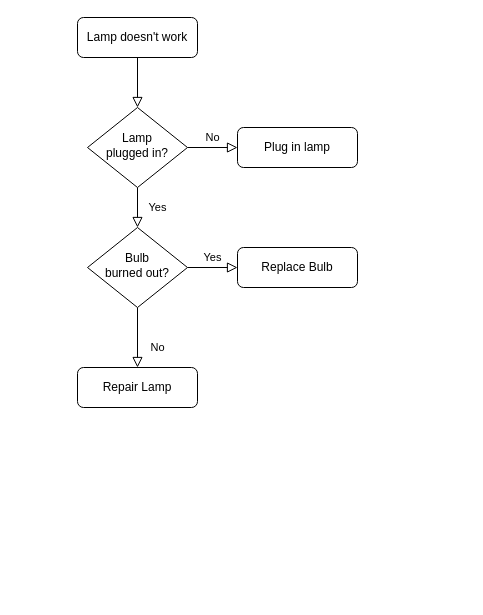
Before: workflow.drawio in littlelady2015/yctea, a draw.io diagram. Source tidied: cells renumbered, new cells numbered last; positions are measured from the earlier drawing's top-left corner, leaving out a move shared by most shapes. Both pictures are drawn from the tidied source at 100%, with x=0, y=0 at pixel (77, 17).
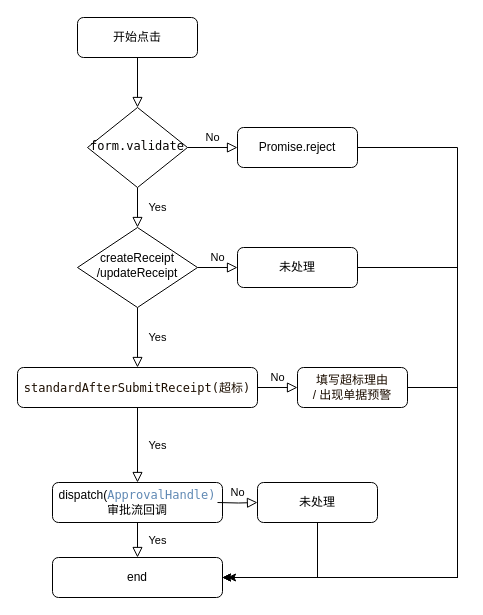
After the change.

Diff of the diagram source:
```diff
@@
-    <mxCell id="3" value="Lamp doesn't work" style="rounded=1;whiteSpace=wrap;html=1;fontSize=12;glass=0;strokeWidth=1;shadow=0;" parent="1" vertex="1">
+    <mxCell id="3" value="开始点击" style="rounded=1;whiteSpace=wrap;html=1;fontSize=12;glass=0;strokeWidth=1;shadow=0;" parent="1" vertex="1">
       <mxGeometry width="120" height="40" as="geometry" />
     </mxCell>
@@
-    <mxCell id="6" value="Lamp&lt;br&gt;plugged in?" style="rhombus;whiteSpace=wrap;html=1;shadow=0;fontFamily=Helvetica;fontSize=12;align=center;strokeWidth=1;spacing=6;spacingTop=-4;" parent="1" vertex="1">
+    <mxCell id="6" value="&lt;div style=&quot;font-family: &amp;#34;menlo&amp;#34; , &amp;#34;monaco&amp;#34; , &amp;#34;courier new&amp;#34; , monospace ; line-height: 18px&quot;&gt;&lt;font color=&quot;#050300&quot;&gt;form.validate&lt;/font&gt;&lt;/div&gt;" style="rhombus;whiteSpace=wrap;html=1;shadow=0;fontFamily=Helvetica;fontSize=12;align=center;strokeWidth=1;spacing=6;spacingTop=-4;" parent="1" vertex="1">
       <mxGeometry x="10" y="90" width="100" height="80" as="geometry" />
     </mxCell>
-    <mxCell id="7" value="Plug in lamp" style="rounded=1;whiteSpace=wrap;html=1;fontSize=12;glass=0;strokeWidth=1;shadow=0;" parent="1" vertex="1">
+    <mxCell id="7" value="Promise.reject" style="rounded=1;whiteSpace=wrap;html=1;fontSize=12;glass=0;strokeWidth=1;shadow=0;" parent="1" vertex="1">
       <mxGeometry x="160" y="110" width="120" height="40" as="geometry" />
     </mxCell>
-    <mxCell id="8" value="No" style="rounded=0;html=1;jettySize=auto;fontSize=11;endArrow=block;endFill=0;endSize=8;strokeWidth=1;shadow=0;labelBackgroundColor=none;edgeStyle=orthogonalEdgeStyle;" parent="1" edge="1" source="10" target="11">
-      <mxGeometry x="0.33" y="20" relative="1" as="geometry" />
+    <mxCell id="8" value="Yes" style="rounded=0;html=1;jettySize=auto;orthogonalLoop=1;fontSize=11;endArrow=block;endFill=0;endSize=8;strokeWidth=1;shadow=0;labelBackgroundColor=none;edgeStyle=orthogonalEdgeStyle;" parent="1" edge="1">
+      <mxGeometry y="20" relative="1" as="geometry">
+        <mxPoint x="60" y="290" as="sourcePoint" />
+        <mxPoint x="60" y="350" as="targetPoint" />
+      </mxGeometry>
     </mxCell>
-    <mxCell id="9" value="Yes" style="edgeStyle=orthogonalEdgeStyle;rounded=0;html=1;jettySize=auto;fontSize=11;endArrow=block;endFill=0;endSize=8;strokeWidth=1;shadow=0;labelBackgroundColor=none;" parent="1" edge="1" source="10" target="12">
+    <mxCell id="9" value="No" style="edgeStyle=orthogonalEdgeStyle;rounded=0;html=1;jettySize=auto;fontSize=11;endArrow=block;endFill=0;endSize=8;strokeWidth=1;shadow=0;labelBackgroundColor=none;" parent="1" edge="1" source="10" target="12">
       <mxGeometry y="10" relative="1" as="geometry" />
     </mxCell>
-    <mxCell id="10" value="Bulb&lt;br&gt;burned out?" style="rhombus;whiteSpace=wrap;html=1;shadow=0;fontFamily=Helvetica;fontSize=12;align=center;strokeWidth=1;spacing=6;spacingTop=-4;" parent="1" vertex="1">
-      <mxGeometry x="10" y="210" width="100" height="80" as="geometry" />
+    <mxCell id="10" value="createReceipt&lt;br&gt;/updateReceipt" style="rhombus;whiteSpace=wrap;html=1;shadow=0;fontFamily=Helvetica;fontSize=12;align=center;strokeWidth=1;spacing=6;spacingTop=-4;" parent="1" vertex="1">
+      <mxGeometry y="210" width="120" height="80" as="geometry" />
     </mxCell>
-    <mxCell id="11" value="Repair Lamp" style="rounded=1;whiteSpace=wrap;html=1;fontSize=12;glass=0;strokeWidth=1;shadow=0;" parent="1" vertex="1">
-      <mxGeometry y="350" width="120" height="40" as="geometry" />
+    <mxCell id="11" value="&lt;div style=&quot;font-family: &amp;#34;menlo&amp;#34; , &amp;#34;monaco&amp;#34; , &amp;#34;courier new&amp;#34; , monospace ; line-height: 18px&quot;&gt;&lt;font color=&quot;#1c0e00&quot;&gt;standardAfterSubmitReceipt(超标)&lt;/font&gt;&lt;/div&gt;" style="rounded=1;whiteSpace=wrap;html=1;fontSize=12;glass=0;strokeWidth=1;shadow=0;" parent="1" vertex="1">
+      <mxGeometry x="-60" y="350" width="240" height="40" as="geometry" />
     </mxCell>
-    <mxCell id="12" value="Replace Bulb" style="rounded=1;whiteSpace=wrap;html=1;fontSize=12;glass=0;strokeWidth=1;shadow=0;" parent="1" vertex="1">
+    <mxCell id="12" value="未处理" style="rounded=1;whiteSpace=wrap;html=1;fontSize=12;glass=0;strokeWidth=1;shadow=0;" parent="1" vertex="1">
       <mxGeometry x="160" y="230" width="120" height="40" as="geometry" />
     </mxCell>
+    <mxCell id="13" value="dispatch(&lt;span style=&quot;color: rgb(96 , 137 , 180) ; font-family: &amp;#34;menlo&amp;#34; , &amp;#34;monaco&amp;#34; , &amp;#34;courier new&amp;#34; , monospace&quot;&gt;ApprovalHandle)&lt;br&gt;&lt;/span&gt;&lt;span&gt;审批流回调&lt;/span&gt;" style="rounded=1;whiteSpace=wrap;html=1;fontSize=12;glass=0;strokeWidth=1;shadow=0;" parent="1" vertex="1">
+      <mxGeometry x="-25" y="465" width="170" height="40" as="geometry" />
+    </mxCell>
+    <mxCell id="14" value="&lt;font color=&quot;#1c0e00&quot;&gt;填写超标理由&lt;br&gt;/ 出现单据预警&lt;/font&gt;" style="rounded=1;whiteSpace=wrap;html=1;fontSize=12;glass=0;strokeWidth=1;shadow=0;" parent="1" vertex="1">
+      <mxGeometry x="220" y="350" width="110" height="40" as="geometry" />
+    </mxCell>
+    <mxCell id="15" value="No" style="edgeStyle=orthogonalEdgeStyle;rounded=0;html=1;jettySize=auto;fontSize=11;endArrow=block;endFill=0;endSize=8;strokeWidth=1;shadow=0;labelBackgroundColor=none;exitX=1;exitY=0.5;exitDx=0;exitDy=0;entryX=0;entryY=0.5;entryDx=0;entryDy=0;" parent="1" edge="1" source="11" target="14">
+      <mxGeometry y="10" relative="1" as="geometry" />
+    </mxCell>
+    <mxCell id="16" value="Yes" style="rounded=0;html=1;jettySize=auto;fontSize=11;endArrow=block;endFill=0;endSize=8;strokeWidth=1;shadow=0;labelBackgroundColor=none;edgeStyle=orthogonalEdgeStyle;exitX=0.5;exitY=1;exitDx=0;exitDy=0;entryX=0.5;entryY=0;entryDx=0;entryDy=0;" parent="1" edge="1" source="11" target="13">
+      <mxGeometry y="20" relative="1" as="geometry" />
+    </mxCell>
+    <mxCell id="17" value="end" style="rounded=1;whiteSpace=wrap;html=1;fontSize=12;glass=0;strokeWidth=1;shadow=0;" parent="1" vertex="1">
+      <mxGeometry x="-25" y="540" width="170" height="40" as="geometry" />
+    </mxCell>
+    <mxCell id="18" value="Yes" style="rounded=0;html=1;jettySize=auto;fontSize=11;endArrow=block;endFill=0;endSize=8;strokeWidth=1;shadow=0;labelBackgroundColor=none;edgeStyle=orthogonalEdgeStyle;exitX=0.5;exitY=1;exitDx=0;exitDy=0;entryX=0.5;entryY=0;entryDx=0;entryDy=0;" parent="1" edge="1" source="13" target="17">
+      <mxGeometry y="20" relative="1" as="geometry" />
+    </mxCell>
+    <mxCell id="19" value="No" style="edgeStyle=orthogonalEdgeStyle;rounded=0;html=1;jettySize=auto;fontSize=11;endArrow=block;endFill=0;endSize=8;strokeWidth=1;shadow=0;labelBackgroundColor=none;" parent="1" edge="1" target="20">
+      <mxGeometry y="10" relative="1" as="geometry">
+        <mxPoint x="140" y="485" as="sourcePoint" />
+      </mxGeometry>
+    </mxCell>
+    <mxCell id="20" value="未处理" style="rounded=1;whiteSpace=wrap;html=1;fontSize=12;glass=0;strokeWidth=1;shadow=0;" parent="1" vertex="1">
+      <mxGeometry x="180" y="465" width="120" height="40" as="geometry" />
+    </mxCell>
+    <mxCell id="21" style="endArrow=classic;html=1;rounded=0;fontColor=#1C0E00;exitX=0.5;exitY=1;exitDx=0;exitDy=0;entryX=1;entryY=0.5;entryDx=0;entryDy=0;" parent="1" edge="1" source="20" target="17">
+      <mxGeometry relative="1" as="geometry">
+        <Array as="points">
+          <mxPoint x="240" y="560" />
+        </Array>
+      </mxGeometry>
+    </mxCell>
+    <mxCell id="22" style="endArrow=classic;html=1;rounded=0;fontColor=#1C0E00;exitX=1;exitY=0.5;exitDx=0;exitDy=0;" parent="1" edge="1" source="12">
+      <mxGeometry relative="1" as="geometry">
+        <mxPoint x="150" y="560" as="targetPoint" />
+        <Array as="points">
+          <mxPoint x="380" y="250" />
+          <mxPoint x="380" y="560" />
+        </Array>
+      </mxGeometry>
+    </mxCell>
+    <mxCell id="23" style="endArrow=classic;html=1;rounded=0;fontColor=#1C0E00;exitX=1;exitY=0.5;exitDx=0;exitDy=0;entryX=1;entryY=0.5;entryDx=0;entryDy=0;" parent="1" edge="1" source="7" target="17">
+      <mxGeometry relative="1" as="geometry">
+        <Array as="points">
+          <mxPoint x="380" y="130" />
+          <mxPoint x="380" y="560" />
+        </Array>
+      </mxGeometry>
+    </mxCell>
+    <mxCell id="24" style="endArrow=classic;html=1;rounded=0;fontColor=#1C0E00;exitX=1;exitY=0.5;exitDx=0;exitDy=0;entryX=1;entryY=0.5;entryDx=0;entryDy=0;" parent="1" edge="1" source="14" target="17">
+      <mxGeometry relative="1" as="geometry">
+        <Array as="points">
+          <mxPoint x="380" y="370" />
+          <mxPoint x="380" y="560" />
+        </Array>
+      </mxGeometry>
+    </mxCell>
```
